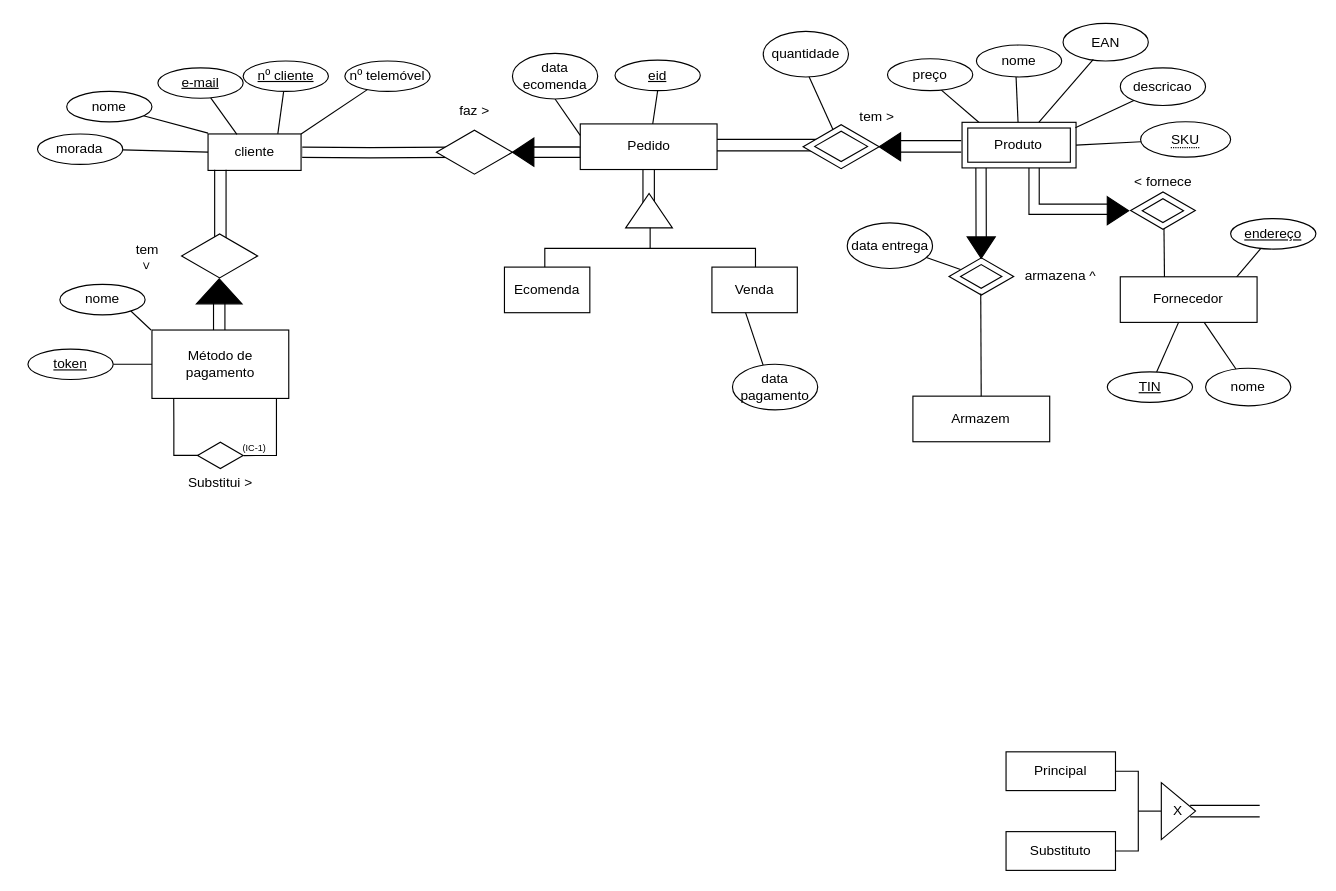
This is Diagrama sem nome.drawio from SamuelGoncalves8/Bd-project, a draw.io file, before an edit. Source tidied: cells renumbered, new cells numbered last; positions are measured from the earlier drawing's top-left corner, leaving out a move shared by most shapes. Both pictures are drawn from the tidied source at 114%, with x=0, y=0 at pixel (27, 23).
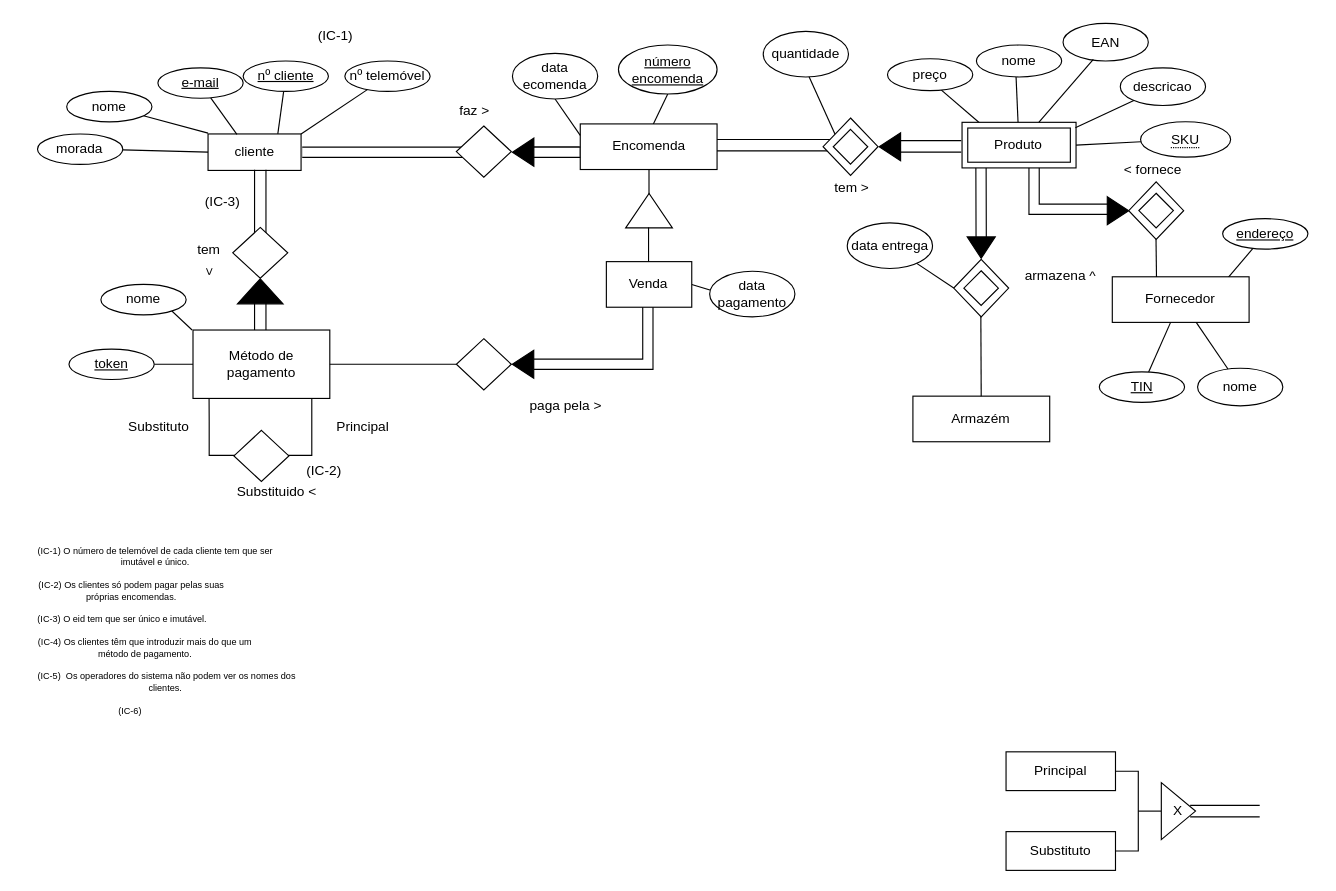
After the change.

Unchanged cells that the change refers to:
```xml
<mxCell id="63" value="quantidade" style="ellipse;whiteSpace=wrap;html=1;" parent="1" vertex="1">
  <mxGeometry x="645" y="7" width="74.8" height="40" as="geometry" />
</mxCell>
<mxCell id="91" value="data entrega" style="ellipse;whiteSpace=wrap;html=1;" parent="1" vertex="1">
  <mxGeometry x="718.7" y="175" width="74.8" height="40" as="geometry" />
</mxCell>
```

Change to the diagram source:
```diff
@@
+    <mxCell id="93" style="endArrow=none;html=1;rounded=0;" parent="1" edge="1">
+      <mxGeometry relative="1" as="geometry">
+        <mxPoint x="544.8" y="150.5" as="sourcePoint" />
+        <mxPoint x="544.8" y="120.5" as="targetPoint" />
+      </mxGeometry>
+    </mxCell>
+    <mxCell id="94" style="shape=filledEdge;curved=0;rounded=0;fixDash=1;endArrow=none;strokeWidth=10;fillColor=#ffffff;edgeStyle=orthogonalEdgeStyle;html=1;exitX=0;exitY=0.5;exitDx=0;exitDy=0;entryX=0.486;entryY=0.928;entryDx=0;entryDy=0;entryPerimeter=0;" parent="1" edge="1" source="116" target="46">
+      <mxGeometry relative="1" as="geometry" />
+    </mxCell>
+    <mxCell id="49" style="shape=filledEdge;curved=0;rounded=0;fixDash=1;endArrow=none;strokeWidth=10;fillColor=#ffffff;edgeStyle=orthogonalEdgeStyle;html=1;exitX=1;exitY=0.5;exitDx=0;exitDy=0;" parent="1" edge="1">
+      <mxGeometry relative="1" as="geometry">
+        <mxPoint x="240.6" y="113" as="sourcePoint" />
+        <mxPoint x="388" y="113" as="targetPoint" />
+      </mxGeometry>
+    </mxCell>
@@
-    <mxCell id="7" style="endArrow=none;html=1;rounded=0;exitX=0.401;exitY=0.25;exitDx=0;exitDy=0;entryX=0.391;entryY=0.981;entryDx=0;entryDy=0;entryPerimeter=0;exitPerimeter=0;" parent="1" edge="1" source="56" target="46">
-      <mxGeometry relative="1" as="geometry" />
+    <mxCell id="7" style="endArrow=none;html=1;rounded=0;exitX=0.401;exitY=0.25;exitDx=0;exitDy=0;entryX=1;entryY=0.5;entryDx=0;entryDy=0;exitPerimeter=0;" parent="1" edge="1" source="56" target="46">
+      <mxGeometry relative="1" as="geometry">
+        <Array as="points">
+          <mxPoint x="648" y="249" />
+        </Array>
+      </mxGeometry>
     </mxCell>
@@
-    <mxCell id="11" style="endArrow=none;html=1;rounded=0;exitX=0.394;exitY=0.147;exitDx=0;exitDy=0;entryX=0.535;entryY=0.983;entryDx=0;entryDy=0;entryPerimeter=0;exitPerimeter=0;" parent="1" edge="1" source="60" target="63">
-      <mxGeometry relative="1" as="geometry" />
+    <mxCell id="11" style="endArrow=none;html=1;rounded=0;exitX=0.394;exitY=0.147;exitDx=0;exitDy=0;entryX=0.535;entryY=0.983;entryDx=0;entryDy=0;entryPerimeter=0;exitPerimeter=0;" parent="1" edge="1" target="63">
+      <mxGeometry relative="1" as="geometry">
+        <mxPoint x="708.4" y="98.1" as="sourcePoint" />
+      </mxGeometry>
     </mxCell>
@@
     <mxCell id="13" style="shape=partialRectangle;whiteSpace=wrap;html=1;top=0;bottom=0;fillColor=none;rotation=-90;" parent="1" vertex="1">
-      <mxGeometry x="639.2" y="55.7" width="10" height="102.2" as="geometry" />
+      <mxGeometry x="649.8" y="45.2" width="10" height="123.3" as="geometry" />
     </mxCell>
-    <mxCell id="14" style="shape=partialRectangle;whiteSpace=wrap;html=1;top=0;bottom=0;fillColor=none;" parent="1" vertex="1">
-      <mxGeometry x="539.5" y="98.5" width="10" height="60" as="geometry" />
-    </mxCell>
     <mxCell id="15" style="shape=partialRectangle;whiteSpace=wrap;html=1;top=0;bottom=0;fillColor=none;" parent="1" vertex="1">
-      <mxGeometry x="162.8" y="239" width="10" height="34" as="geometry" />
+      <mxGeometry x="198.8" y="239" width="10" height="34" as="geometry" />
     </mxCell>
-    <mxCell id="16" style="strokeWidth=1;html=1;shape=mxgraph.flowchart.annotation_2;align=left;labelPosition=right;rotation=90;" parent="1" vertex="1">
-      <mxGeometry x="525.8" y="105" width="40" height="184.8" as="geometry" />
-    </mxCell>
@@
     <mxCell id="28" style="shape=partialRectangle;whiteSpace=wrap;html=1;top=0;bottom=0;fillColor=none;" parent="1" vertex="1">
-      <mxGeometry x="163.8" y="129" width="10" height="60" as="geometry" />
+      <mxGeometry x="198.8" y="129" width="10" height="60" as="geometry" />
     </mxCell>
-    <mxCell id="29" style="html=1;whiteSpace=wrap;shape=isoRectangle;" parent="1" vertex="1">
-      <mxGeometry x="134.8" y="184" width="66.7" height="40" as="geometry" />
-    </mxCell>
     <mxCell id="30" value="tem&lt;br&gt;" style="text;html=1;strokeColor=none;fillColor=none;align=center;verticalAlign=middle;whiteSpace=wrap;rounded=0;rotation=0;" parent="1" vertex="1">
-      <mxGeometry x="74.8" y="184" width="60" height="30" as="geometry" />
+      <mxGeometry x="128.8" y="183.8" width="60" height="30" as="geometry" />
     </mxCell>
     <mxCell id="31" style="endArrow=none;html=1;rounded=0;entryX=0.5;entryY=0;entryDx=0;entryDy=0;" parent="1" edge="1" target="32">
       <mxGeometry relative="1" as="geometry">
-        <mxPoint x="108" y="269" as="sourcePoint" />
+        <mxPoint x="144" y="269" as="sourcePoint" />
         <Array as="points">
-          <mxPoint x="108" y="269" />
+          <mxPoint x="144" y="269" />
         </Array>
       </mxGeometry>
     </mxCell>
     <mxCell id="32" value="nome" style="ellipse;whiteSpace=wrap;html=1;" parent="1" vertex="1">
-      <mxGeometry x="28" y="229" width="74.8" height="26.7" as="geometry" />
+      <mxGeometry x="64" y="229" width="74.8" height="26.7" as="geometry" />
     </mxCell>
@@
-    <mxCell id="38" style="endArrow=none;html=1;rounded=0;entryX=0.159;entryY=1.01;entryDx=0;entryDy=0;entryPerimeter=0;" parent="1" edge="1" target="57">
+    <mxCell id="38" style="endArrow=none;html=1;rounded=0;entryX=0.159;entryY=1.01;entryDx=0;entryDy=0;entryPerimeter=0;" parent="1" edge="1">
       <mxGeometry relative="1" as="geometry">
-        <mxPoint x="158" y="379" as="sourcePoint" />
+        <mxPoint x="189" y="379" as="sourcePoint" />
+        <mxPoint x="158.9" y="329.6" as="targetPoint" />
         <Array as="points">
-          <mxPoint x="128" y="379" />
-          <mxPoint x="128" y="349" />
+          <mxPoint x="159" y="379" />
+          <mxPoint x="159" y="349" />
         </Array>
       </mxGeometry>
     </mxCell>
-    <mxCell id="39" style="html=1;whiteSpace=wrap;shape=isoRectangle;" parent="1" vertex="1">
-      <mxGeometry x="148.8" y="367" width="40" height="24" as="geometry" />
-    </mxCell>
-    <mxCell id="40" value="Substitui &amp;gt;" style="text;html=1;strokeColor=none;fillColor=none;align=center;verticalAlign=middle;whiteSpace=wrap;rounded=0;" parent="1" vertex="1">
-      <mxGeometry x="138.8" y="388" width="60" height="30" as="geometry" />
+    <mxCell id="40" value="Substituido &amp;lt;" style="text;html=1;strokeColor=none;fillColor=none;align=center;verticalAlign=middle;whiteSpace=wrap;rounded=0;" parent="1" vertex="1">
+      <mxGeometry x="178.8" y="396" width="79.2" height="30" as="geometry" />
     </mxCell>
-    <mxCell id="41" value="&lt;div&gt;(IC-1)&lt;/div&gt;" style="text;html=1;strokeColor=none;fillColor=none;align=center;verticalAlign=middle;whiteSpace=wrap;rounded=0;fontSize=8;" parent="1" vertex="1">
-      <mxGeometry x="168.8" y="358" width="60" height="30" as="geometry" />
+    <mxCell id="41" value="&lt;div&gt;&lt;font style=&quot;font-size: 12px;&quot;&gt;(IC-2)&lt;/font&gt;&lt;/div&gt;" style="text;html=1;strokeColor=none;fillColor=none;align=center;verticalAlign=middle;whiteSpace=wrap;rounded=0;fontSize=8;" parent="1" vertex="1">
+      <mxGeometry x="228" y="377" width="64.2" height="32" as="geometry" />
     </mxCell>
     <mxCell id="42" value="&amp;gt;" style="text;html=1;strokeColor=none;fillColor=none;align=center;verticalAlign=middle;whiteSpace=wrap;rounded=0;rotation=90;" parent="1" vertex="1">
-      <mxGeometry x="74.8" y="198" width="60" height="30" as="geometry" />
+      <mxGeometry x="129.8" y="203" width="60" height="30" as="geometry" />
     </mxCell>
-    <mxCell id="43" style="endArrow=none;html=1;rounded=0;exitX=1.009;exitY=0.506;exitDx=0;exitDy=0;exitPerimeter=0;" parent="1" edge="1" source="39">
+    <mxCell id="43" style="endArrow=none;html=1;rounded=0;" parent="1" edge="1">
       <mxGeometry relative="1" as="geometry">
-        <mxPoint x="218" y="329" as="targetPoint" />
+        <mxPoint x="238" y="379" as="sourcePoint" />
+        <mxPoint x="249" y="329" as="targetPoint" />
         <Array as="points">
           <mxPoint x="218" y="379" />
-          <mxPoint x="218" y="359" />
-          <mxPoint x="218" y="340" />
+          <mxPoint x="249" y="379" />
+          <mxPoint x="249" y="359" />
+          <mxPoint x="249" y="340" />
         </Array>
       </mxGeometry>
     </mxCell>
-    <mxCell id="44" value="Pedido" style="rounded=0;whiteSpace=wrap;html=1;" parent="1" vertex="1">
+    <mxCell id="44" value="Encomenda" style="rounded=0;whiteSpace=wrap;html=1;" parent="1" vertex="1">
       <mxGeometry x="484.5" y="88.2" width="120" height="40" as="geometry" />
     </mxCell>
@@
     <mxCell id="46" value="Venda" style="rounded=0;whiteSpace=wrap;html=1;" parent="1" vertex="1">
-      <mxGeometry x="600" y="213.8" width="74.9" height="40" as="geometry" />
+      <mxGeometry x="507.4" y="209" width="74.9" height="40" as="geometry" />
     </mxCell>
     <mxCell id="47" style="endArrow=none;html=1;rounded=0;exitX=0;exitY=0.5;exitDx=0;exitDy=0;entryX=1;entryY=0.5;entryDx=0;entryDy=0;" parent="1" edge="1" source="57" target="48">
       <mxGeometry relative="1" as="geometry">
         <Array as="points">
-          <mxPoint x="88" y="299" />
+          <mxPoint x="124" y="299" />
         </Array>
       </mxGeometry>
     </mxCell>
     <mxCell id="48" value="token" style="ellipse;whiteSpace=wrap;html=1;fontStyle=4;" parent="1" vertex="1">
-      <mxGeometry y="285.7" width="74.8" height="26.7" as="geometry" />
+      <mxGeometry x="36" y="285.7" width="74.8" height="26.7" as="geometry" />
     </mxCell>
-    <mxCell id="49" style="shape=filledEdge;curved=0;rounded=0;fixDash=1;endArrow=none;strokeWidth=10;fillColor=#ffffff;edgeStyle=orthogonalEdgeStyle;html=1;exitX=1;exitY=0.5;exitDx=0;exitDy=0;entryX=0.218;entryY=0.501;entryDx=0;entryDy=0;entryPerimeter=0;" parent="1" edge="1" target="50">
-      <mxGeometry relative="1" as="geometry">
-        <mxPoint x="240.6" y="113" as="sourcePoint" />
-      </mxGeometry>
-    </mxCell>
-    <mxCell id="50" style="html=1;whiteSpace=wrap;shape=isoRectangle;" parent="1" vertex="1">
-      <mxGeometry x="358.3" y="93" width="66.7" height="40" as="geometry" />
-    </mxCell>
@@
-    <mxCell id="53" value="eid" style="ellipse;whiteSpace=wrap;html=1;fontStyle=4;" parent="1" vertex="1">
-      <mxGeometry x="515" y="32.3" width="74.8" height="26.7" as="geometry" />
+    <mxCell id="53" value="número encomenda" style="ellipse;whiteSpace=wrap;html=1;fontStyle=4;" parent="1" vertex="1">
+      <mxGeometry x="518" y="19" width="86.5" height="43" as="geometry" />
     </mxCell>
@@
-    <mxCell id="55" value="Ecomenda" style="rounded=0;whiteSpace=wrap;html=1;" parent="1" vertex="1">
-      <mxGeometry x="418" y="213.8" width="74.9" height="40" as="geometry" />
-    </mxCell>
     <mxCell id="56" value="data pagamento" style="ellipse;whiteSpace=wrap;html=1;" parent="1" vertex="1">
-      <mxGeometry x="618" y="299" width="74.8" height="40" as="geometry" />
+      <mxGeometry x="598" y="217.4" width="74.8" height="40" as="geometry" />
     </mxCell>
     <mxCell id="57" value="Método de pagamento" style="rounded=0;whiteSpace=wrap;html=1;" parent="1" vertex="1">
-      <mxGeometry x="108.8" y="269" width="120" height="60" as="geometry" />
+      <mxGeometry x="144.8" y="269" width="120" height="60" as="geometry" />
     </mxCell>
     <mxCell id="58" style="triangle;whiteSpace=wrap;html=1;rotation=-90;fillColor=#000000;" parent="1" vertex="1">
-      <mxGeometry x="156.8" y="215" width="22" height="40" as="geometry" />
+      <mxGeometry x="192.8" y="215" width="22" height="40" as="geometry" />
     </mxCell>
-    <mxCell id="59" style="html=1;whiteSpace=wrap;shape=isoRectangle;" parent="1" vertex="1">
-      <mxGeometry x="680" y="88.2" width="66.7" height="40" as="geometry" />
-    </mxCell>
-    <mxCell id="60" style="html=1;whiteSpace=wrap;shape=isoRectangle;" parent="1" vertex="1">
-      <mxGeometry x="690.2" y="94" width="46.3" height="27.8" as="geometry" />
-    </mxCell>
     <mxCell id="61" value="tem &amp;gt;" style="text;html=1;strokeColor=none;fillColor=none;align=center;verticalAlign=middle;whiteSpace=wrap;rounded=0;rotation=0;" parent="1" vertex="1">
-      <mxGeometry x="714.9" y="67" width="60" height="30" as="geometry" />
+      <mxGeometry x="692.8" y="128.5" width="60" height="30" as="geometry" />
     </mxCell>
@@
     <mxCell id="74" value="Fornecedor" style="rounded=0;whiteSpace=wrap;html=1;" parent="1" vertex="1">
-      <mxGeometry x="958.2" y="222.3" width="120" height="40" as="geometry" />
+      <mxGeometry x="951.2" y="222.3" width="120" height="40" as="geometry" />
     </mxCell>
-    <mxCell id="75" style="endArrow=none;html=1;rounded=0;entryX=0.323;entryY=0.005;entryDx=0;entryDy=0;exitX=0.515;exitY=0.883;exitDx=0;exitDy=0;exitPerimeter=0;entryPerimeter=0;" parent="1" edge="1" source="76" target="74">
-      <mxGeometry relative="1" as="geometry" />
+    <mxCell id="75" style="endArrow=none;html=1;rounded=0;entryX=0.323;entryY=0.005;entryDx=0;entryDy=0;exitX=0.515;exitY=0.883;exitDx=0;exitDy=0;exitPerimeter=0;entryPerimeter=0;" parent="1" edge="1" target="74">
+      <mxGeometry relative="1" as="geometry">
+        <mxPoint x="989.4" y="177.3" as="sourcePoint" />
+      </mxGeometry>
     </mxCell>
-    <mxCell id="76" style="html=1;whiteSpace=wrap;shape=isoRectangle;" parent="1" vertex="1">
-      <mxGeometry x="967.3" y="147.2" width="56.7" height="34" as="geometry" />
-    </mxCell>
     <mxCell id="77" value="&lt;div&gt;&amp;lt; fornece&lt;/div&gt;" style="text;html=1;strokeColor=none;fillColor=none;align=center;verticalAlign=middle;whiteSpace=wrap;rounded=0;rotation=0;" parent="1" vertex="1">
-      <mxGeometry x="965.6" y="123.7" width="60" height="30" as="geometry" />
+      <mxGeometry x="956.6" y="114.4" width="60" height="30" as="geometry" />
     </mxCell>
@@
-    <mxCell id="79" style="html=1;whiteSpace=wrap;shape=isoRectangle;" parent="1" vertex="1">
-      <mxGeometry x="977.5" y="153.4" width="36.2" height="21.8" as="geometry" />
-    </mxCell>
     <mxCell id="80" value="nome" style="ellipse;whiteSpace=wrap;html=1;" parent="1" vertex="1">
-      <mxGeometry x="1033" y="302.5" width="74.8" height="33" as="geometry" />
+      <mxGeometry x="1026" y="302.5" width="74.8" height="33" as="geometry" />
     </mxCell>
     <mxCell id="81" value="TIN" style="ellipse;whiteSpace=wrap;html=1;fontStyle=4;" parent="1" vertex="1">
-      <mxGeometry x="946.8" y="305.7" width="74.8" height="26.7" as="geometry" />
+      <mxGeometry x="939.8" y="305.7" width="74.8" height="26.7" as="geometry" />
     </mxCell>
     <mxCell id="82" value="endereço" style="ellipse;whiteSpace=wrap;html=1;fontStyle=4;" parent="1" vertex="1">
-      <mxGeometry x="1055" y="171.3" width="74.8" height="26.7" as="geometry" />
+      <mxGeometry x="1048" y="171.3" width="74.8" height="26.7" as="geometry" />
     </mxCell>
@@
-    <mxCell id="85" style="html=1;whiteSpace=wrap;shape=isoRectangle;" parent="1" vertex="1">
-      <mxGeometry x="808" y="205" width="56.7" height="34" as="geometry" />
-    </mxCell>
-    <mxCell id="86" style="html=1;whiteSpace=wrap;shape=isoRectangle;" parent="1" vertex="1">
-      <mxGeometry x="818.1" y="211.1" width="36.2" height="21.8" as="geometry" />
-    </mxCell>
@@
-    <mxCell id="88" value="Armazem" style="rounded=0;whiteSpace=wrap;html=1;" parent="1" vertex="1">
+    <mxCell id="88" value="Armazém" style="rounded=0;whiteSpace=wrap;html=1;" parent="1" vertex="1">
       <mxGeometry x="776.3" y="327" width="120" height="40" as="geometry" />
     </mxCell>
@@
-    <mxCell id="92" style="endArrow=none;html=1;rounded=0;" parent="1" edge="1" source="91" target="86">
+    <mxCell id="92" style="endArrow=none;html=1;rounded=0;entryX=0;entryY=0.5;entryDx=0;entryDy=0;" parent="1" edge="1" source="91" target="114">
       <mxGeometry relative="1" as="geometry" />
     </mxCell>
+    <mxCell id="95" value="&lt;div&gt;&lt;font style=&quot;font-size: 12px;&quot;&gt;(IC-1)&lt;/font&gt;&lt;/div&gt;" style="text;html=1;strokeColor=none;fillColor=none;align=center;verticalAlign=middle;whiteSpace=wrap;rounded=0;fontSize=8;" parent="1" vertex="1">
+      <mxGeometry x="239.6" y="-3.7" width="60" height="30" as="geometry" />
+    </mxCell>
+    <mxCell id="96" value="&lt;div&gt;(IC-1) O número de telemóvel de cada cliente tem que ser imutável e único.&lt;/div&gt;" style="text;html=1;strokeColor=none;fillColor=none;align=center;verticalAlign=middle;whiteSpace=wrap;rounded=0;fontSize=8;" parent="1" vertex="1">
+      <mxGeometry x="2" y="453" width="220" height="30" as="geometry" />
+    </mxCell>
+    <mxCell id="97" value="&lt;div&gt;(IC-5)&amp;nbsp; Os operadores do sistema não podem ver os nomes dos clientes.&amp;nbsp;&lt;/div&gt;" style="text;html=1;strokeColor=none;fillColor=none;align=center;verticalAlign=middle;whiteSpace=wrap;rounded=0;fontSize=8;" parent="1" vertex="1">
+      <mxGeometry x="5.6" y="563" width="232" height="30" as="geometry" />
+    </mxCell>
+    <mxCell id="98" value="&lt;div&gt;(IC-4) Os clientes têm que introduzir mais do que um método de pagamento.&lt;/div&gt;" style="text;html=1;strokeColor=none;fillColor=none;align=center;verticalAlign=middle;whiteSpace=wrap;rounded=0;fontSize=8;" parent="1" vertex="1">
+      <mxGeometry x="6" y="533" width="193.5" height="30" as="geometry" />
+    </mxCell>
+    <mxCell id="99" value="&lt;div&gt;(IC-3) O eid tem que ser único e imutável.&lt;/div&gt;" style="text;html=1;strokeColor=none;fillColor=none;align=center;verticalAlign=middle;whiteSpace=wrap;rounded=0;fontSize=8;" parent="1" vertex="1">
+      <mxGeometry x="-7.2" y="508" width="180" height="30" as="geometry" />
+    </mxCell>
+    <mxCell id="100" value="&lt;div&gt;(IC-2) Os clientes só podem pagar pelas suas próprias encomendas.&lt;/div&gt;" style="text;html=1;strokeColor=none;fillColor=none;align=center;verticalAlign=middle;whiteSpace=wrap;rounded=0;fontSize=8;" parent="1" vertex="1">
+      <mxGeometry x="-6.3" y="483" width="193.5" height="30" as="geometry" />
+    </mxCell>
+    <mxCell id="101" value="&lt;div&gt;(IC-6)&amp;nbsp;&lt;/div&gt;" style="text;html=1;strokeColor=none;fillColor=none;align=center;verticalAlign=middle;whiteSpace=wrap;rounded=0;fontSize=8;" parent="1" vertex="1">
+      <mxGeometry x="-6" y="588" width="193.5" height="30" as="geometry" />
+    </mxCell>
+    <mxCell id="102" style="endArrow=none;html=1;rounded=0;entryX=1;entryY=0.5;entryDx=0;entryDy=0;" parent="1" edge="1" source="119" target="57">
+      <mxGeometry relative="1" as="geometry" />
+    </mxCell>
+    <mxCell id="103" value="(IC-3)" style="text;html=1;strokeColor=none;fillColor=none;align=center;verticalAlign=middle;whiteSpace=wrap;rounded=0;rotation=0;" parent="1" vertex="1">
+      <mxGeometry x="140.8" y="141.6" width="60" height="30" as="geometry" />
+    </mxCell>
+    <mxCell id="104" value="Substituto" style="text;html=1;strokeColor=none;fillColor=none;align=center;verticalAlign=middle;whiteSpace=wrap;rounded=0;" parent="1" vertex="1">
+      <mxGeometry x="84.8" y="339" width="60" height="30" as="geometry" />
+    </mxCell>
+    <mxCell id="105" value="Principal" style="text;html=1;strokeColor=none;fillColor=none;align=center;verticalAlign=middle;whiteSpace=wrap;rounded=0;" parent="1" vertex="1">
+      <mxGeometry x="263.8" y="339" width="60" height="30" as="geometry" />
+    </mxCell>
+    <mxCell id="106" style="rhombus;whiteSpace=wrap;html=1;" parent="1" vertex="1">
+      <mxGeometry x="375.8" y="90" width="48.2" height="44.9" as="geometry" />
+    </mxCell>
+    <mxCell id="107" style="rhombus;whiteSpace=wrap;html=1;" parent="1" vertex="1">
+      <mxGeometry x="179.7" y="179" width="48.2" height="44.6" as="geometry" />
+    </mxCell>
+    <mxCell id="108" style="rhombus;whiteSpace=wrap;html=1;" parent="1" vertex="1">
+      <mxGeometry x="697.5" y="83" width="48.2" height="50.4" as="geometry" />
+    </mxCell>
+    <mxCell id="109" style="rhombus;whiteSpace=wrap;html=1;" parent="1" vertex="1">
+      <mxGeometry x="706.4" y="93" width="30.3" height="30.5" as="geometry" />
+    </mxCell>
+    <mxCell id="110" style="endArrow=none;html=1;rounded=0;exitX=1.009;exitY=0.506;exitDx=0;exitDy=0;exitPerimeter=0;" parent="1" edge="1" target="111">
+      <mxGeometry relative="1" as="geometry">
+        <mxPoint x="220.2" y="379.1" as="sourcePoint" />
+      </mxGeometry>
+    </mxCell>
+    <mxCell id="111" style="rhombus;whiteSpace=wrap;html=1;" parent="1" vertex="1">
+      <mxGeometry x="180.7" y="357" width="48.2" height="44.9" as="geometry" />
+    </mxCell>
+    <mxCell id="112" style="rhombus;whiteSpace=wrap;html=1;" parent="1" vertex="1">
+      <mxGeometry x="965.6" y="139.1" width="48.2" height="50.4" as="geometry" />
+    </mxCell>
+    <mxCell id="113" style="rhombus;whiteSpace=wrap;html=1;" parent="1" vertex="1">
+      <mxGeometry x="974.5" y="149" width="30.3" height="30.5" as="geometry" />
+    </mxCell>
+    <mxCell id="114" style="rhombus;whiteSpace=wrap;html=1;" parent="1" vertex="1">
+      <mxGeometry x="812.1" y="207" width="48.2" height="50.4" as="geometry" />
+    </mxCell>
+    <mxCell id="115" style="rhombus;whiteSpace=wrap;html=1;" parent="1" vertex="1">
+      <mxGeometry x="821" y="217" width="30.3" height="30.5" as="geometry" />
+    </mxCell>
+    <mxCell id="116" style="triangle;whiteSpace=wrap;html=1;rotation=-180;fillColor=#000000;" parent="1" vertex="1">
+      <mxGeometry x="424.9" y="286.7" width="18.8" height="24.6" as="geometry" />
+    </mxCell>
+    <mxCell id="117" value="paga pela &amp;gt;" style="text;html=1;strokeColor=none;fillColor=none;align=center;verticalAlign=middle;whiteSpace=wrap;rounded=0;rotation=0;" parent="1" vertex="1">
+      <mxGeometry x="429.8" y="321.4" width="84.2" height="30" as="geometry" />
+    </mxCell>
+    <mxCell id="118" style="endArrow=none;html=1;rounded=0;entryX=1;entryY=0.5;entryDx=0;entryDy=0;" parent="1" edge="1" target="119">
+      <mxGeometry relative="1" as="geometry">
+        <mxPoint x="388" y="299" as="sourcePoint" />
+      </mxGeometry>
+    </mxCell>
+    <mxCell id="119" style="rhombus;whiteSpace=wrap;html=1;" parent="1" vertex="1">
+      <mxGeometry x="375.8" y="276.6" width="48.2" height="44.9" as="geometry" />
+    </mxCell>
+    <mxCell id="120" style="endArrow=none;html=1;rounded=0;" parent="1" edge="1">
+      <mxGeometry relative="1" as="geometry">
+        <mxPoint x="544.4" y="209" as="sourcePoint" />
+        <mxPoint x="544.4" y="179" as="targetPoint" />
+      </mxGeometry>
+    </mxCell>
```
